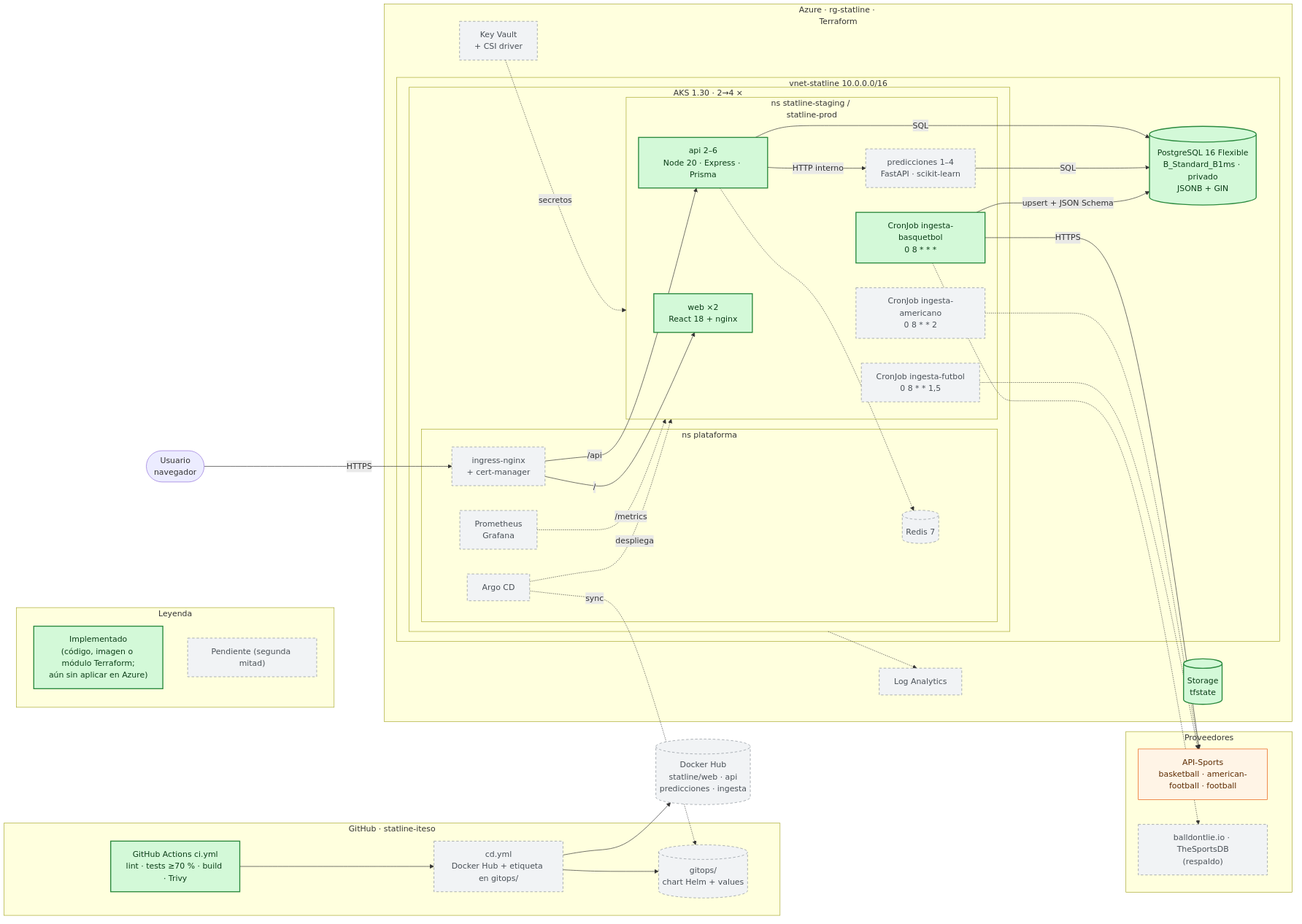
Before: docs/solucion.png, a diagram exported from Mermaid (statline-iteso/statline-infra). Its source is kept beside it as docs/solucion.mmd. Source of this version:
```mermaid
flowchart LR
    classDef done fill:#d3f9d8,stroke:#2b8a3e,stroke-width:2px,color:#0b3d17
    classDef planned fill:#f1f3f5,stroke:#868e96,stroke-width:1px,stroke-dasharray:5 4,color:#495057
    classDef ext fill:#fff4e6,stroke:#e8590c,color:#5c2a00

    subgraph LEG["Leyenda"]
        direction TB
        L1["Implementado<br/>(código, imagen o módulo Terraform;<br/>aún sin aplicar en Azure)"]:::done
        L2["Pendiente (segunda mitad)"]:::planned
    end

    USR(["Usuario<br/>navegador"])

    subgraph GH["GitHub · statline-iteso"]
        direction TB
        CI["GitHub Actions ci.yml<br/>lint · tests ≥70 % · build · Trivy"]:::done
        CD["cd.yml<br/>Docker Hub + etiqueta en gitops/"]:::planned
        GITOPS[("gitops/<br/>chart Helm + values")]:::planned
    end

    HUB[("Docker Hub<br/>statline/web · api<br/>predicciones · ingesta")]:::planned

    subgraph AZ["Azure · rg-statline · Terraform"]
        direction TB
        subgraph NET["vnet-statline 10.0.0.0/16"]
            direction TB
            subgraph AKS["AKS 1.30 · 2→4 × Standard_B2s"]
                direction TB
                subgraph PLAT["ns plataforma"]
                    ING["ingress-nginx<br/>+ cert-manager"]:::planned
                    ARGO["Argo CD"]:::planned
                    PROM["Prometheus<br/>Grafana"]:::planned
                    REDIS[("Redis 7")]:::planned
                end
                subgraph APP["ns statline-staging / statline-prod"]
                    WEB["web ×2<br/>React 18 + nginx"]:::done
                    API["api 2–6<br/>Node 20 · Express · Prisma"]:::done
                    PRED["predicciones 1–4<br/>FastAPI · scikit-learn"]:::planned
                    CJB["CronJob ingesta-basquetbol<br/>0 8 * * *"]:::done
                    CJA["CronJob ingesta-americano<br/>0 8 * * 2"]:::planned
                    CJF["CronJob ingesta-futbol<br/>0 8 * * 1,5"]:::planned
                end
            end
            PG[("PostgreSQL 16 Flexible<br/>B_Standard_B1ms · privado<br/>JSONB + GIN")]:::done
        end
        KV["Key Vault<br/>+ CSI driver"]:::planned
        LA["Log Analytics"]:::planned
        ST[("Storage<br/>tfstate")]:::done
    end

    subgraph EXT["Proveedores"]
        direction TB
        APIS["API-Sports<br/>basketball · american-football · football"]:::ext
        BDL["balldontlie.io · TheSportsDB<br/>(respaldo)"]:::planned
    end

    USR -->|HTTPS| ING
    ING -->|/| WEB
    ING -->|/api| API
    API -->|SQL| PG
    API -->|HTTP interno| PRED
    API -.-> REDIS
    PRED -->|SQL| PG
    CJB -->|HTTPS| APIS
    CJB -->|upsert + JSON Schema| PG
    CJA -.-> APIS
    CJF -.-> APIS
    CJB -.-> BDL
    KV -.->|secretos| APP
    PROM -.->|/metrics| APP
    CI --> CD --> HUB
    CD --> GITOPS
    ARGO -.->|sync| GITOPS
    ARGO -.->|despliega| APP
    AKS -.-> LA
```
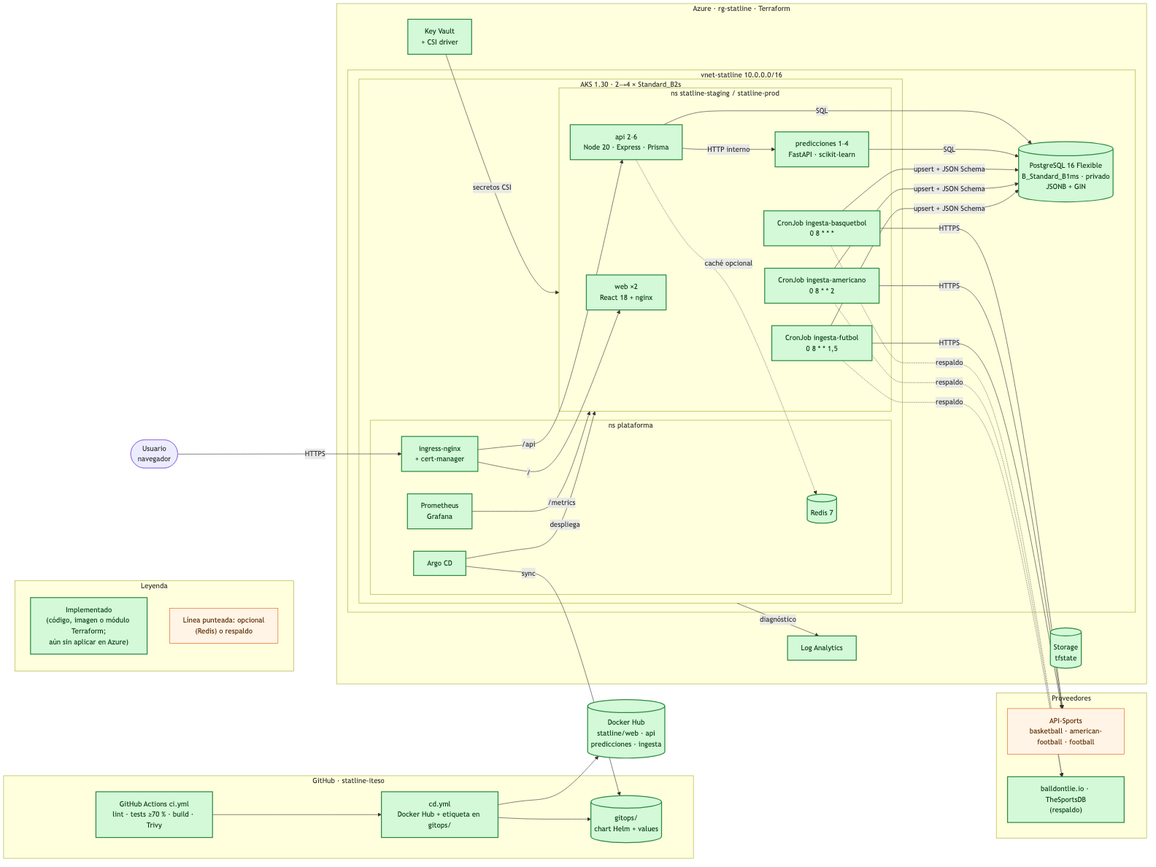
Above is the later version.

The edit, as a diff of the source:
```diff
@@ -1,12 +1,11 @@
 flowchart LR
     classDef done fill:#d3f9d8,stroke:#2b8a3e,stroke-width:2px,color:#0b3d17
-    classDef planned fill:#f1f3f5,stroke:#868e96,stroke-width:1px,stroke-dasharray:5 4,color:#495057
     classDef ext fill:#fff4e6,stroke:#e8590c,color:#5c2a00
 
     subgraph LEG["Leyenda"]
         direction TB
         L1["Implementado<br/>(código, imagen o módulo Terraform;<br/>aún sin aplicar en Azure)"]:::done
-        L2["Pendiente (segunda mitad)"]:::planned
+        L2["Línea punteada: opcional<br/>(Redis) o respaldo"]:::ext
     end
 
     USR(["Usuario<br/>navegador"])
@@ -14,11 +13,11 @@
     subgraph GH["GitHub · statline-iteso"]
         direction TB
         CI["GitHub Actions ci.yml<br/>lint · tests ≥70 % · build · Trivy"]:::done
-        CD["cd.yml<br/>Docker Hub + etiqueta en gitops/"]:::planned
-        GITOPS[("gitops/<br/>chart Helm + values")]:::planned
+        CD["cd.yml<br/>Docker Hub + etiqueta en gitops/"]:::done
+        GITOPS[("gitops/<br/>chart Helm + values")]:::done
     end
 
-    HUB[("Docker Hub<br/>statline/web · api<br/>predicciones · ingesta")]:::planned
+    HUB[("Docker Hub<br/>statline/web · api<br/>predicciones · ingesta")]:::done
 
     subgraph AZ["Azure · rg-statline · Terraform"]
         direction TB
@@ -27,31 +26,31 @@
             subgraph AKS["AKS 1.30 · 2→4 × Standard_B2s"]
                 direction TB
                 subgraph PLAT["ns plataforma"]
-                    ING["ingress-nginx<br/>+ cert-manager"]:::planned
-                    ARGO["Argo CD"]:::planned
-                    PROM["Prometheus<br/>Grafana"]:::planned
-                    REDIS[("Redis 7")]:::planned
+                    ING["ingress-nginx<br/>+ cert-manager"]:::done
+                    ARGO["Argo CD"]:::done
+                    PROM["Prometheus<br/>Grafana"]:::done
+                    REDIS[("Redis 7")]:::done
                 end
                 subgraph APP["ns statline-staging / statline-prod"]
                     WEB["web ×2<br/>React 18 + nginx"]:::done
                     API["api 2–6<br/>Node 20 · Express · Prisma"]:::done
-                    PRED["predicciones 1–4<br/>FastAPI · scikit-learn"]:::planned
+                    PRED["predicciones 1–4<br/>FastAPI · scikit-learn"]:::done
                     CJB["CronJob ingesta-basquetbol<br/>0 8 * * *"]:::done
-                    CJA["CronJob ingesta-americano<br/>0 8 * * 2"]:::planned
-                    CJF["CronJob ingesta-futbol<br/>0 8 * * 1,5"]:::planned
+                    CJA["CronJob ingesta-americano<br/>0 8 * * 2"]:::done
+                    CJF["CronJob ingesta-futbol<br/>0 8 * * 1,5"]:::done
                 end
             end
             PG[("PostgreSQL 16 Flexible<br/>B_Standard_B1ms · privado<br/>JSONB + GIN")]:::done
         end
-        KV["Key Vault<br/>+ CSI driver"]:::planned
-        LA["Log Analytics"]:::planned
+        KV["Key Vault<br/>+ CSI driver"]:::done
+        LA["Log Analytics"]:::done
         ST[("Storage<br/>tfstate")]:::done
     end
 
     subgraph EXT["Proveedores"]
         direction TB
         APIS["API-Sports<br/>basketball · american-football · football"]:::ext
-        BDL["balldontlie.io · TheSportsDB<br/>(respaldo)"]:::planned
+        BDL["balldontlie.io · TheSportsDB<br/>(respaldo)"]:::done
     end
 
     USR -->|HTTPS| ING
@@ -59,17 +58,21 @@
     ING -->|/api| API
     API -->|SQL| PG
     API -->|HTTP interno| PRED
-    API -.-> REDIS
+    API -.->|caché opcional| REDIS
     PRED -->|SQL| PG
     CJB -->|HTTPS| APIS
     CJB -->|upsert + JSON Schema| PG
-    CJA -.-> APIS
-    CJF -.-> APIS
-    CJB -.-> BDL
-    KV -.->|secretos| APP
-    PROM -.->|/metrics| APP
+    CJA -->|HTTPS| APIS
+    CJF -->|HTTPS| APIS
+    CJB -.->|respaldo| BDL
+    CJA -.->|respaldo| BDL
+    CJF -.->|respaldo| BDL
+    CJA -->|upsert + JSON Schema| PG
+    CJF -->|upsert + JSON Schema| PG
+    KV -->|secretos CSI| APP
+    PROM -->|/metrics| APP
     CI --> CD --> HUB
     CD --> GITOPS
-    ARGO -.->|sync| GITOPS
-    ARGO -.->|despliega| APP
-    AKS -.-> LA
+    ARGO -->|sync| GITOPS
+    ARGO -->|despliega| APP
+    AKS -->|diagnóstico| LA
```
